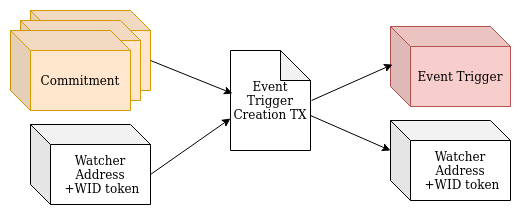
Above: Images/Event_Trigger_Creation.png in rosen-bridge/contract-test (draw.io), before the change. Source tidied: cells renumbered, new cells last; positions are measured from the earlier drawing's top-left corner, leaving out a move shared by most shapes.
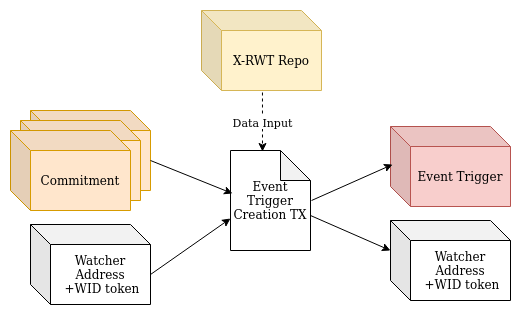
After the change.

The edit, as a diff of the source:
```diff
@@ -35,5 +35,11 @@
     <mxCell id="12" style="endArrow=classic;html=1;rounded=0;exitX=0;exitY=0;exitDx=120;exitDy=50;exitPerimeter=0;entryX=0;entryY=0.68;entryDx=0;entryDy=0;entryPerimeter=0;" parent="1" edge="1" source="5" target="8">
       <mxGeometry relative="1" as="geometry" />
     </mxCell>
+    <mxCell id="13" value="&lt;div&gt;X-RWT Repo&lt;/div&gt;" style="shape=cube;whiteSpace=wrap;html=1;boundedLbl=1;backgroundOutline=1;darkOpacity=0.05;darkOpacity2=0.1;fillColor=#fff2cc;strokeColor=#d6b656;" parent="1" vertex="1">
+      <mxGeometry x="191" y="-100" width="120" height="80" as="geometry" />
+    </mxCell>
+    <mxCell id="14" value="Data Input" style="endArrow=classic;html=1;rounded=0;exitX=0.508;exitY=1.025;exitDx=0;exitDy=0;exitPerimeter=0;entryX=0.4;entryY=0.01;entryDx=0;entryDy=0;entryPerimeter=0;dashed=1;" parent="1" edge="1" source="13" target="8">
+      <mxGeometry relative="1" as="geometry" />
+    </mxCell>
   </root>
 </mxGraphModel>
```
